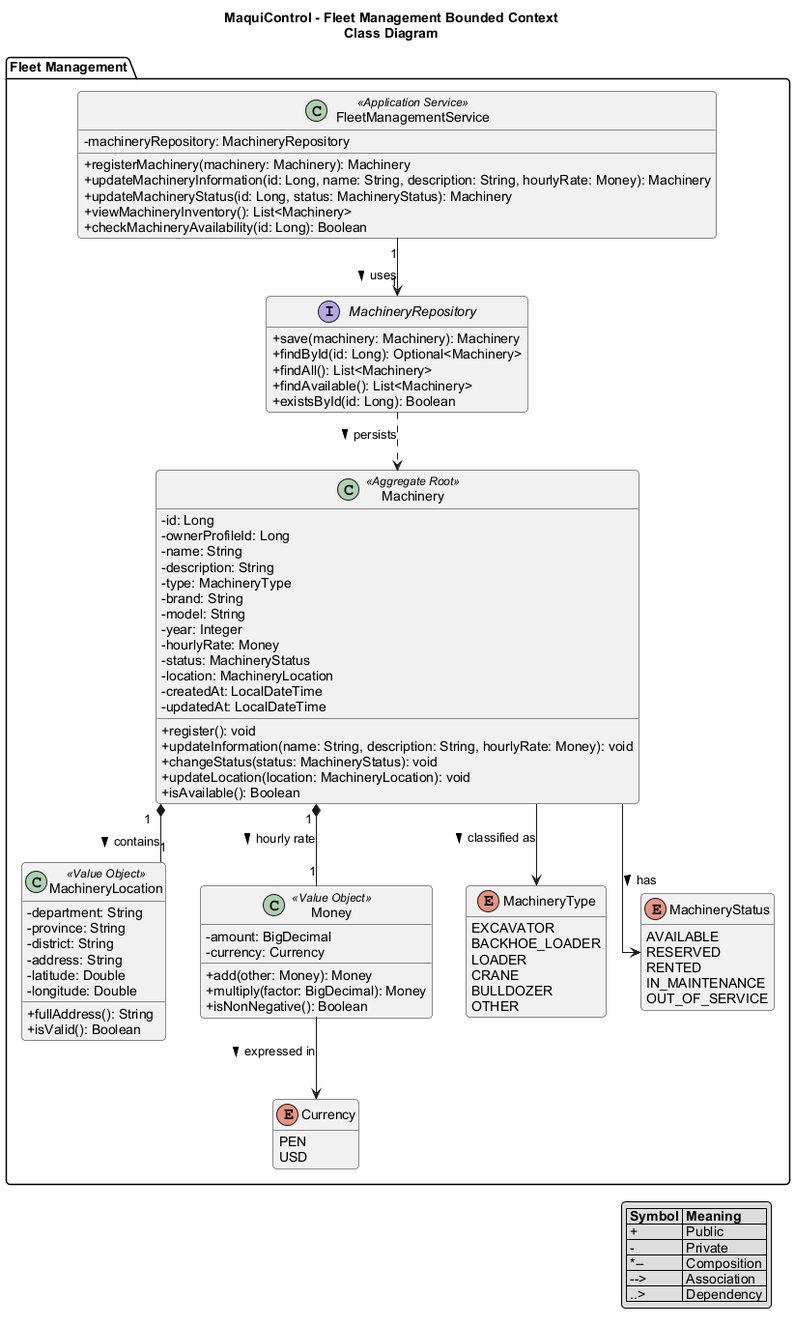
AndesHeavyTech/MaquiControl keeps this PlantUML diagram as assets/fleet-management-class-diagram.png. Above is the earlier version. Source of this version:
```plantuml
@startuml
title MaquiControl - Fleet Management Bounded Context\nClass Diagram

skinparam classAttributeIconSize 0
skinparam shadowing false
skinparam roundcorner 8
skinparam defaultFontName Arial
skinparam linetype ortho
hide empty members

package "Fleet Management" {

  class Machinery <<Aggregate Root>> {
    - id: Long
    - ownerProfileId: Long
    - name: String
    - description: String
    - type: MachineryType
    - brand: String
    - model: String
    - year: Integer
    - hourlyRate: Money
    - status: MachineryStatus
    - location: MachineryLocation
    - createdAt: LocalDateTime
    - updatedAt: LocalDateTime
    + register(): void
    + updateInformation(name: String, description: String, hourlyRate: Money): void
    + changeStatus(status: MachineryStatus): void
    + updateLocation(location: MachineryLocation): void
    + isAvailable(): Boolean
  }

  class MachineryLocation <<Value Object>> {
    - department: String
    - province: String
    - district: String
    - address: String
    - latitude: Double
    - longitude: Double
    + fullAddress(): String
    + isValid(): Boolean
  }

  class Money <<Value Object>> {
    - amount: BigDecimal
    - currency: Currency
    + add(other: Money): Money
    + multiply(factor: BigDecimal): Money
    + isNonNegative(): Boolean
  }

  enum Currency {
    PEN
    USD
  }

  enum MachineryType {
    EXCAVATOR
    BACKHOE_LOADER
    LOADER
    CRANE
    BULLDOZER
    OTHER
  }

  enum MachineryStatus {
    AVAILABLE
    RESERVED
    RENTED
    IN_MAINTENANCE
    OUT_OF_SERVICE
  }

  interface MachineryRepository {
    + save(machinery: Machinery): Machinery
    + findById(id: Long): Optional<Machinery>
    + findAll(): List<Machinery>
    + findAvailable(): List<Machinery>
    + existsById(id: Long): Boolean
  }

  class FleetManagementService <<Application Service>> {
    - machineryRepository: MachineryRepository
    + registerMachinery(machinery: Machinery): Machinery
    + updateMachineryInformation(id: Long, name: String, description: String, hourlyRate: Money): Machinery
    + updateMachineryStatus(id: Long, status: MachineryStatus): Machinery
    + viewMachineryInventory(): List<Machinery>
    + checkMachineryAvailability(id: Long): Boolean
  }
}

Machinery "1" *-- "1" MachineryLocation : contains >
Machinery "1" *-- "1" Money : hourly rate >
Money --> Currency : expressed in >
Machinery --> MachineryType : classified as >
Machinery --> MachineryStatus : has >
FleetManagementService "1" --> "1" MachineryRepository : uses >
MachineryRepository ..> Machinery : persists >

legend right
  |= Symbol |= Meaning |
  | + | Public |
  | - | Private |
  | *-- | Composition |
  | --> | Association |
  | ..> | Dependency |
endlegend

@enduml
```
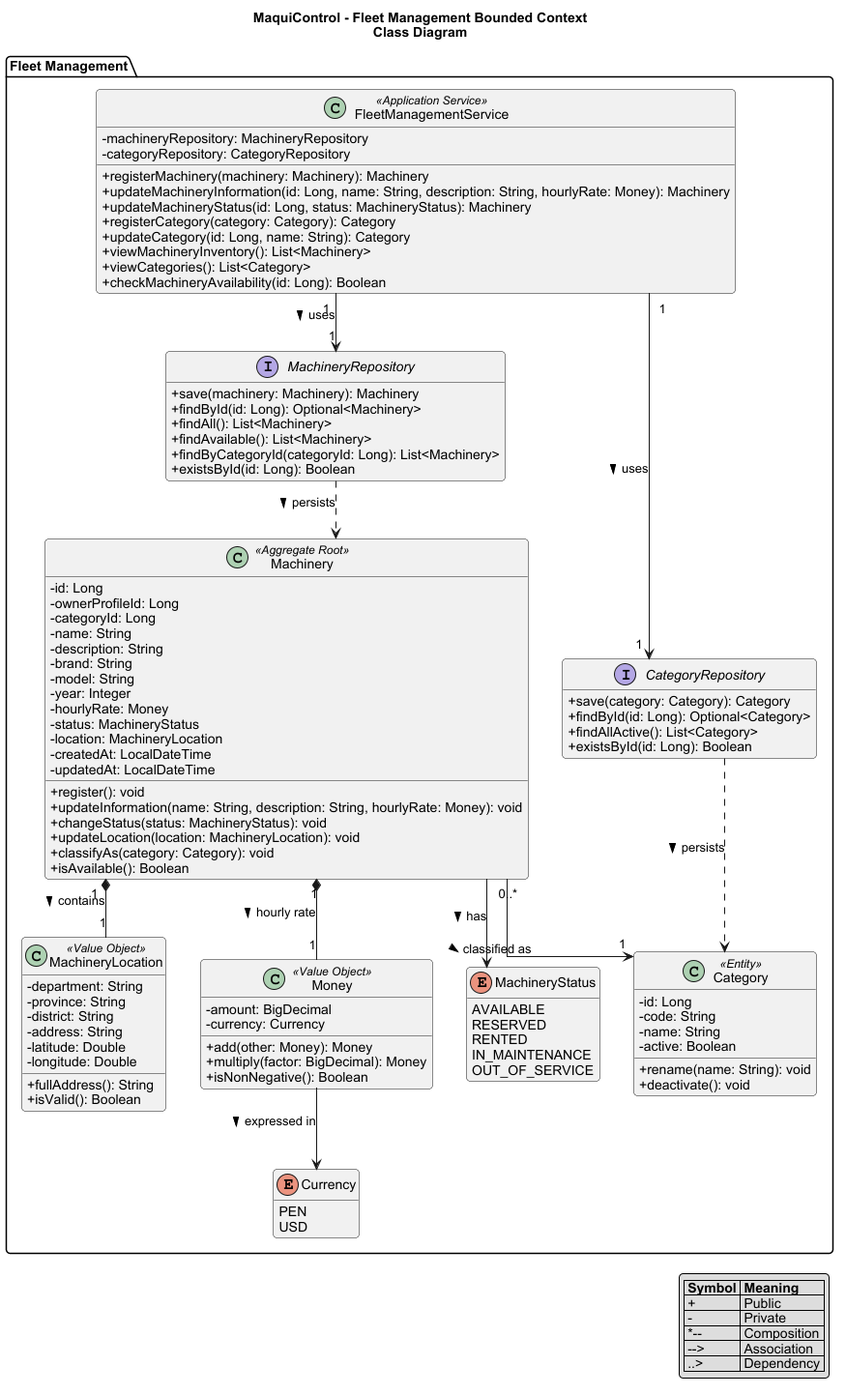
Later version of the same file.

What changed in the source:
```diff
@@ -13,9 +13,9 @@
   class Machinery <<Aggregate Root>> {
     - id: Long
     - ownerProfileId: Long
+    - categoryId: Long
     - name: String
     - description: String
-    - type: MachineryType
     - brand: String
     - model: String
     - year: Integer
@@ -28,7 +28,17 @@
     + updateInformation(name: String, description: String, hourlyRate: Money): void
     + changeStatus(status: MachineryStatus): void
     + updateLocation(location: MachineryLocation): void
+    + classifyAs(category: Category): void
     + isAvailable(): Boolean
+  }
+
+  class Category <<Entity>> {
+    - id: Long
+    - code: String
+    - name: String
+    - active: Boolean
+    + rename(name: String): void
+    + deactivate(): void
   }
 
   class MachineryLocation <<Value Object>> {
@@ -55,15 +65,6 @@
     USD
   }
 
-  enum MachineryType {
-    EXCAVATOR
-    BACKHOE_LOADER
-    LOADER
-    CRANE
-    BULLDOZER
-    OTHER
-  }
-
   enum MachineryStatus {
     AVAILABLE
     RESERVED
@@ -77,26 +78,40 @@
     + findById(id: Long): Optional<Machinery>
     + findAll(): List<Machinery>
     + findAvailable(): List<Machinery>
+    + findByCategoryId(categoryId: Long): List<Machinery>
+    + existsById(id: Long): Boolean
+  }
+
+  interface CategoryRepository {
+    + save(category: Category): Category
+    + findById(id: Long): Optional<Category>
+    + findAllActive(): List<Category>
     + existsById(id: Long): Boolean
   }
 
   class FleetManagementService <<Application Service>> {
     - machineryRepository: MachineryRepository
+    - categoryRepository: CategoryRepository
     + registerMachinery(machinery: Machinery): Machinery
     + updateMachineryInformation(id: Long, name: String, description: String, hourlyRate: Money): Machinery
     + updateMachineryStatus(id: Long, status: MachineryStatus): Machinery
+    + registerCategory(category: Category): Category
+    + updateCategory(id: Long, name: String): Category
     + viewMachineryInventory(): List<Machinery>
+    + viewCategories(): List<Category>
     + checkMachineryAvailability(id: Long): Boolean
   }
 }
 
 Machinery "1" *-- "1" MachineryLocation : contains >
 Machinery "1" *-- "1" Money : hourly rate >
+Machinery "0..*" --> "1" Category : classified as >
 Money --> Currency : expressed in >
-Machinery --> MachineryType : classified as >
 Machinery --> MachineryStatus : has >
 FleetManagementService "1" --> "1" MachineryRepository : uses >
+FleetManagementService "1" --> "1" CategoryRepository : uses >
 MachineryRepository ..> Machinery : persists >
+CategoryRepository ..> Category : persists >
 
 legend right
   |= Symbol |= Meaning |
```
